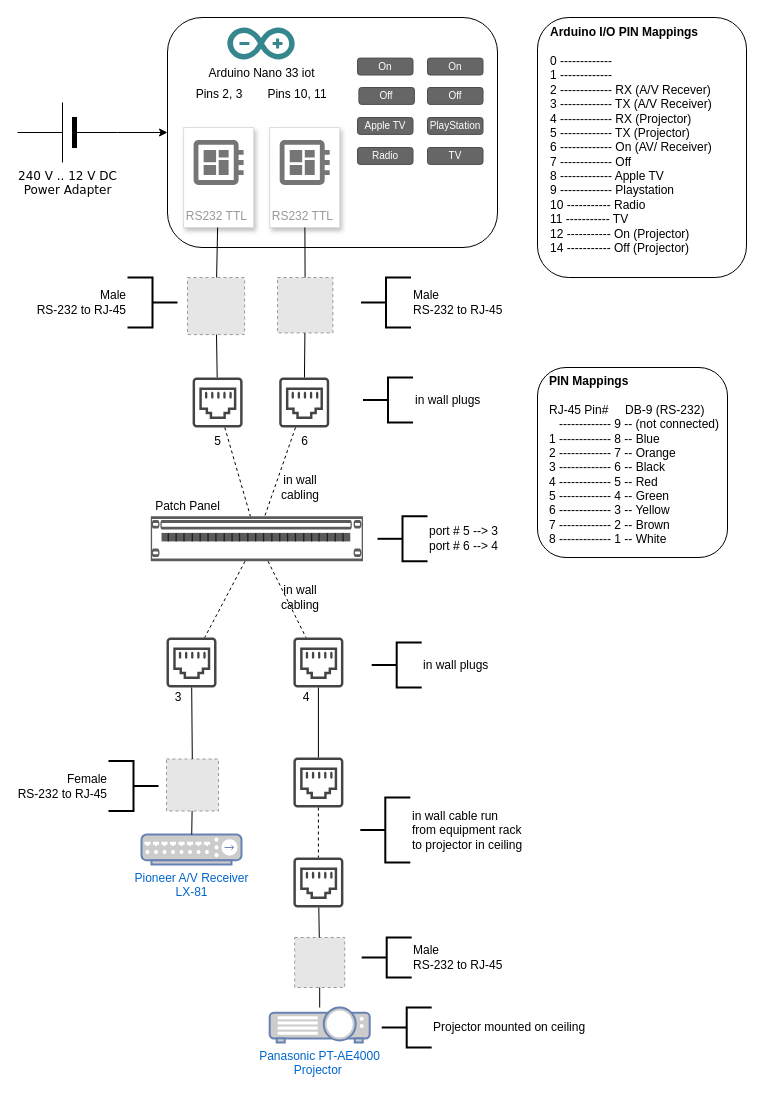
granticini/home-theatre-remote keeps this draw.io diagram as Home-Theatre-Remote.drawio. Above is the earlier version. Source tidied: cells renumbered, new cells numbered last; positions are measured from the earlier drawing's top-left corner, leaving out a move shared by most shapes. Both pictures are drawn from the tidied source at 100%, with x=0, y=0 at pixel (17, 17). Pictures stored in the file or linked from it are replaced by grey dashed boxes.
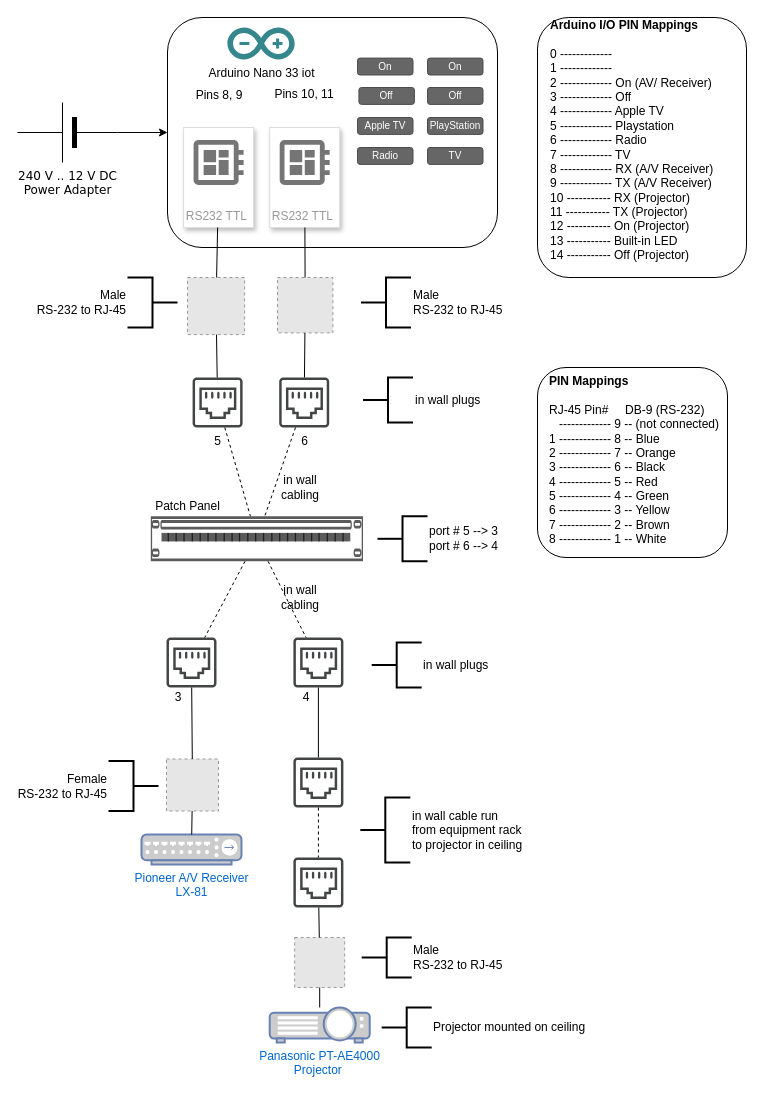
Above is the later version.

Commit message:
Re-jigged pins

Unchanged cells that the change refers to:
```xml
<mxCell id="64" style="group;verticalAlign=top;" parent="1" vertex="1">
  <mxGeometry x="520" width="220" height="260" as="geometry" />
</mxCell>
```

The edit, as a diff of the source:
```diff
@@
-    <mxCell id="59" value="Pins 2, 3" style="text;html=1;strokeColor=none;fillColor=none;align=center;verticalAlign=middle;whiteSpace=wrap;rounded=0;" parent="1" vertex="1">
-      <mxGeometry x="177.1" y="66.9" width="50" height="20" as="geometry" />
+    <mxCell id="59" value="Pins 8, 9" style="text;html=1;strokeColor=none;fillColor=none;align=center;verticalAlign=middle;whiteSpace=wrap;rounded=0;" parent="1" vertex="1">
+      <mxGeometry x="177.1" y="65.9" width="50" height="25" as="geometry" />
     </mxCell>
     <mxCell id="60" value="Pins 10, 11" style="text;html=1;strokeColor=none;fillColor=none;align=center;verticalAlign=middle;whiteSpace=wrap;rounded=0;" parent="1" vertex="1">
-      <mxGeometry x="245.4" y="66.9" width="70" height="20" as="geometry" />
+      <mxGeometry x="251.7" y="66.9" width="70" height="20" as="geometry" />
     </mxCell>
@@
-    <mxCell id="66" value="&lt;div&gt;&lt;b&gt;Arduino I/O PIN Mappings&lt;/b&gt;&lt;/div&gt;&lt;div&gt;&lt;br&gt;&lt;/div&gt;&lt;div&gt;&lt;div&gt;0 -------------&amp;nbsp;&lt;/div&gt;&lt;/div&gt;&lt;div&gt;1 -------------&amp;nbsp;&lt;br&gt;&lt;/div&gt;&lt;div&gt;2 ------------- RX (A/V Recever)&lt;/div&gt;&lt;div&gt;3 ------------- TX (A/V Receiver)&lt;/div&gt;&lt;div&gt;&lt;div&gt;4 ------------- RX (Projector)&lt;/div&gt;&lt;div&gt;5 ------------- TX (Projector)&lt;/div&gt;&lt;/div&gt;&lt;div&gt;6 ------------- On (AV/ Receiver)&lt;br&gt;&lt;/div&gt;&lt;div&gt;7 ------------- Off&lt;/div&gt;8 ------------- Apple TV&lt;br&gt;&lt;div&gt;&lt;div&gt;9 ------------- Playstation&lt;/div&gt;&lt;div&gt;10 ----------- Radio&lt;/div&gt;&lt;div&gt;11 ----------- TV&lt;/div&gt;&lt;div&gt;12 ----------- On (Projector)&lt;/div&gt;&lt;div&gt;&lt;/div&gt;&lt;div&gt;&lt;div&gt;14 ----------- Off (Projector)&lt;/div&gt;&lt;div&gt;&lt;/div&gt;&lt;/div&gt;&lt;/div&gt;&lt;div&gt;&lt;br&gt;&lt;/div&gt;" style="text;html=1;strokeColor=none;fillColor=none;align=left;verticalAlign=middle;whiteSpace=wrap;rounded=0;labelBorderColor=none;" parent="64" vertex="1">
+    <mxCell id="66" value="&lt;div&gt;&lt;b&gt;Arduino I/O PIN Mappings&lt;/b&gt;&lt;/div&gt;&lt;div&gt;&lt;br&gt;&lt;/div&gt;&lt;div&gt;&lt;div&gt;0 -------------&amp;nbsp;&lt;/div&gt;&lt;/div&gt;&lt;div&gt;1 -------------&amp;nbsp;&lt;/div&gt;&lt;div&gt;2 ------------- On (AV/ Receiver)&lt;br&gt;&lt;/div&gt;&lt;div&gt;3 ------------- Off&lt;/div&gt;4 ------------- Apple TV&lt;br&gt;&lt;div&gt;&lt;div&gt;5 ------------- Playstation&lt;/div&gt;&lt;div&gt;6 ------------- Radio&lt;/div&gt;&lt;div&gt;7 ------------- TV&lt;/div&gt;&lt;div&gt;8 ------------- RX (A/V Receiver)&lt;/div&gt;&lt;div&gt;9 ------------- TX (A/V Receiver)&lt;/div&gt;&lt;div&gt;&lt;div&gt;10 ----------- RX (Projector)&lt;/div&gt;&lt;/div&gt;&lt;div&gt;11 ----------- TX (Projector)&amp;nbsp;&lt;/div&gt;&lt;div&gt;12 ----------- On (Projector)&lt;/div&gt;&lt;div&gt;13 ----------- Built-in LED&lt;/div&gt;&lt;div&gt;&lt;/div&gt;&lt;div&gt;&lt;div&gt;14 ----------- Off (Projector)&lt;/div&gt;&lt;div&gt;&lt;/div&gt;&lt;/div&gt;&lt;/div&gt;&lt;div&gt;&lt;br&gt;&lt;/div&gt;" style="text;html=1;strokeColor=none;fillColor=none;align=left;verticalAlign=middle;whiteSpace=wrap;rounded=0;labelBorderColor=none;" parent="64" vertex="1">
       <mxGeometry x="11" y="10.4" width="209" height="239.6" as="geometry" />
     </mxCell>
```
